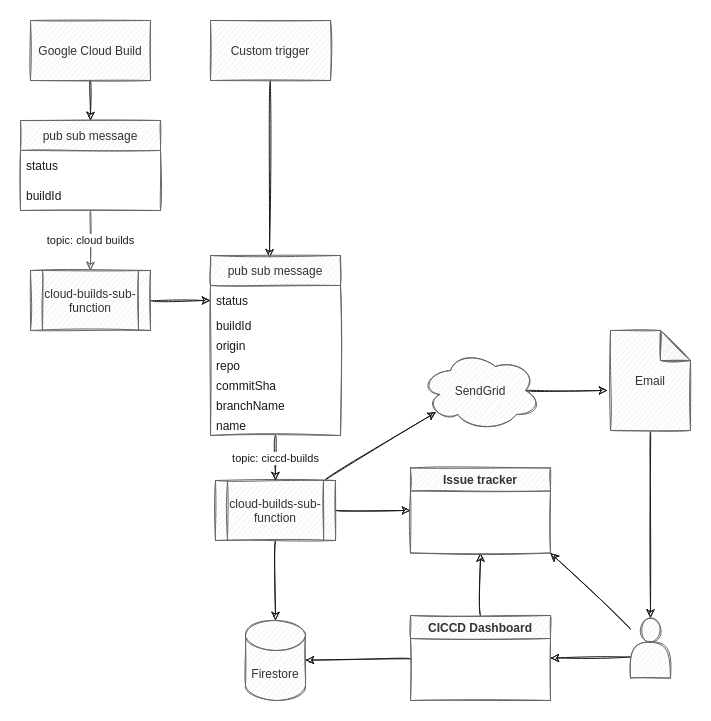
Before: chart.png, a diagram exported from draw.io (thdk/cloud-build-monitor). Source tidied: cells renumbered, new cells last; positions are measured from the earlier drawing's top-left corner, leaving out a move shared by most shapes.
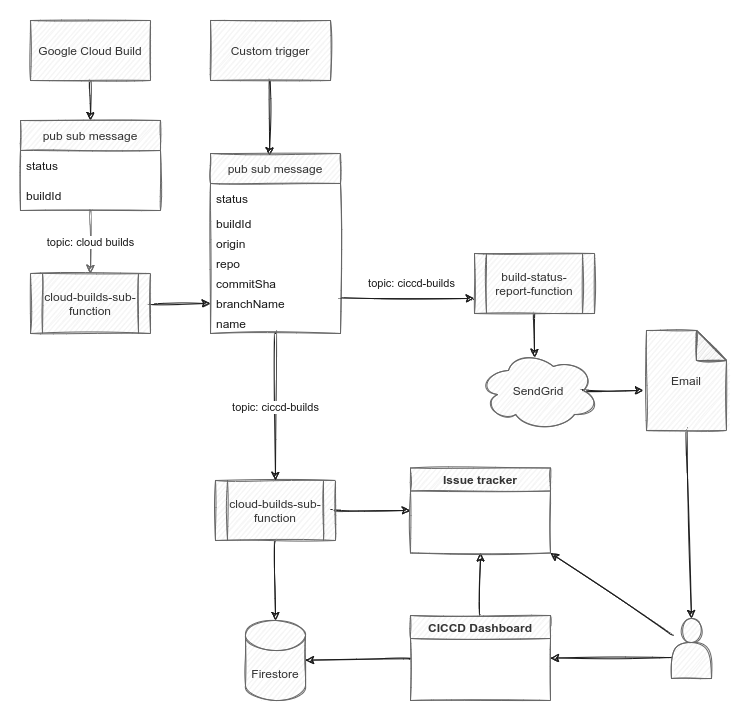
Later version of the same file.

Commit message:
refactor: prepare to move build status notifications to its own function

What changed in the source:
```diff
@@ -6,7 +6,7 @@
       <mxGeometry relative="1" as="geometry" />
     </mxCell>
     <mxCell id="3" value="Email" style="shape=note;whiteSpace=wrap;html=1;backgroundOutline=1;darkOpacity=0.05;sketch=1;rounded=0;fillColor=#f5f5f5;fontColor=#333333;strokeColor=#666666;" parent="1" vertex="1">
-      <mxGeometry x="590" y="310" width="80" height="100" as="geometry" />
+      <mxGeometry x="626" y="310" width="80" height="100" as="geometry" />
     </mxCell>
     <mxCell id="4" style="edgeStyle=none;html=1;exitX=0.5;exitY=1;exitDx=0;exitDy=0;entryX=0.5;entryY=0;entryDx=0;entryDy=0;sketch=1;curved=1;rounded=0;strokeColor=#1A1A1A;" parent="1" edge="1" source="5">
       <mxGeometry relative="1" as="geometry">
@@ -16,13 +16,13 @@
     <mxCell id="5" value="Google Cloud Build" style="rounded=0;whiteSpace=wrap;html=1;sketch=1;fillColor=#f5f5f5;fontColor=#333333;strokeColor=#666666;" parent="1" vertex="1">
       <mxGeometry x="10" width="120" height="60" as="geometry" />
     </mxCell>
-    <mxCell id="6" style="edgeStyle=none;html=1;entryX=0;entryY=0.5;entryDx=0;entryDy=0;sketch=1;curved=1;rounded=0;strokeColor=#1A1A1A;" parent="1" edge="1" source="7" target="16">
+    <mxCell id="6" style="edgeStyle=none;html=1;sketch=1;curved=1;rounded=0;strokeColor=#1A1A1A;exitX=1;exitY=0.5;exitDx=0;exitDy=0;entryX=0;entryY=0.5;entryDx=0;entryDy=0;" parent="1" edge="1" source="7" target="21">
       <mxGeometry relative="1" as="geometry" />
     </mxCell>
     <mxCell id="7" value="cloud-builds-sub-function" style="shape=process;whiteSpace=wrap;html=1;backgroundOutline=1;sketch=1;rounded=0;fillColor=#f5f5f5;fontColor=#333333;strokeColor=#666666;" parent="1" vertex="1">
-      <mxGeometry x="10" y="250" width="120" height="60" as="geometry" />
+      <mxGeometry x="10" y="253" width="120" height="60" as="geometry" />
     </mxCell>
-    <mxCell id="8" style="edgeStyle=none;html=1;entryX=0.13;entryY=0.77;entryDx=0;entryDy=0;entryPerimeter=0;sketch=1;curved=1;rounded=0;strokeColor=#1A1A1A;" parent="1" edge="1" source="11" target="24">
+    <mxCell id="8" style="edgeStyle=none;html=1;entryX=0.467;entryY=0.088;entryDx=0;entryDy=0;entryPerimeter=0;sketch=1;curved=1;rounded=0;strokeColor=#1A1A1A;exitX=0.5;exitY=1;exitDx=0;exitDy=0;" parent="1" edge="1" source="37" target="24">
       <mxGeometry relative="1" as="geometry" />
     </mxCell>
     <mxCell id="9" style="edgeStyle=none;html=1;exitX=0.5;exitY=1;exitDx=0;exitDy=0;entryX=0.5;entryY=0;entryDx=0;entryDy=0;entryPerimeter=0;sketch=1;curved=1;rounded=0;strokeColor=#1A1A1A;" parent="1" edge="1" source="11" target="29">
@@ -44,7 +44,7 @@
       <mxGeometry relative="1" as="geometry" />
     </mxCell>
     <mxCell id="15" value="pub sub message" style="swimlane;fontStyle=0;horizontal=1;startSize=30;sketch=1;rounded=0;fillColor=#f5f5f5;fontColor=#333333;strokeColor=#666666;" parent="1" vertex="1">
-      <mxGeometry x="190" y="235" width="130" height="180" as="geometry" />
+      <mxGeometry x="190" y="133" width="130" height="180" as="geometry" />
     </mxCell>
     <mxCell id="16" value="status" style="text;strokeColor=none;fillColor=none;align=left;verticalAlign=middle;spacingLeft=4;spacingRight=4;overflow=hidden;points=[[0,0.5],[1,0.5]];portConstraint=eastwest;sketch=1;rounded=0;fontColor=#1A1A1A;" parent="15" vertex="1">
       <mxGeometry y="30" width="130" height="30" as="geometry" />
@@ -71,7 +71,7 @@
       <mxGeometry relative="1" as="geometry" />
     </mxCell>
     <mxCell id="24" value="SendGrid" style="ellipse;shape=cloud;whiteSpace=wrap;html=1;sketch=1;rounded=0;fillColor=#f5f5f5;strokeColor=#666666;fontColor=#333333;" parent="1" vertex="1">
-      <mxGeometry x="400" y="330" width="120" height="80" as="geometry" />
+      <mxGeometry x="458" y="330" width="120" height="80" as="geometry" />
     </mxCell>
     <mxCell id="25" value="topic: cloud builds" style="edgeStyle=none;html=1;sketch=1;curved=1;rounded=0;fillColor=#f5f5f5;strokeColor=#666666;labelBackgroundColor=#FFFFFF;fontColor=#1A1A1A;" parent="1" edge="1" source="26" target="7">
       <mxGeometry relative="1" as="geometry" />
@@ -104,10 +104,16 @@
       <mxGeometry relative="1" as="geometry" />
     </mxCell>
     <mxCell id="35" style="shape=actor;whiteSpace=wrap;html=1;sketch=1;rounded=0;fillColor=#f5f5f5;fontColor=#333333;strokeColor=#666666;" parent="1" vertex="1">
-      <mxGeometry x="610" y="597.5" width="40" height="60" as="geometry" />
+      <mxGeometry x="651" y="598" width="40" height="60" as="geometry" />
     </mxCell>
     <mxCell id="36" value="Issue tracker" style="swimlane;startSize=23;sketch=1;rounded=0;fillColor=#f5f5f5;fontColor=#333333;strokeColor=#666666;" parent="1" vertex="1">
       <mxGeometry x="390" y="447.5" width="140" height="85" as="geometry" />
     </mxCell>
+    <mxCell id="37" value="build-status-report-function" style="shape=process;whiteSpace=wrap;html=1;backgroundOutline=1;sketch=1;rounded=0;fillColor=#f5f5f5;fontColor=#333333;strokeColor=#666666;" parent="1" vertex="1">
+      <mxGeometry x="454" y="233" width="120" height="60" as="geometry" />
+    </mxCell>
+    <mxCell id="38" value="&lt;meta charset=&quot;utf-8&quot;&gt;&lt;span style=&quot;font-family: helvetica; font-size: 11px; font-style: normal; font-weight: 400; letter-spacing: normal; text-align: center; text-indent: 0px; text-transform: none; word-spacing: 0px; display: inline; float: none;&quot;&gt;topic: ciccd-builds&lt;/span&gt;" style="edgeStyle=none;html=1;sketch=1;curved=1;rounded=0;strokeColor=#1A1A1A;labelBackgroundColor=#FFFFFF;fontColor=#1A1A1A;exitX=1.023;exitY=0.2;exitDx=0;exitDy=0;entryX=0;entryY=0.75;entryDx=0;entryDy=0;exitPerimeter=0;" parent="1" edge="1" source="21" target="37">
+      <mxGeometry x="0.04" y="15" relative="1" as="geometry" />
+    </mxCell>
   </root>
 </mxGraphModel>
```
